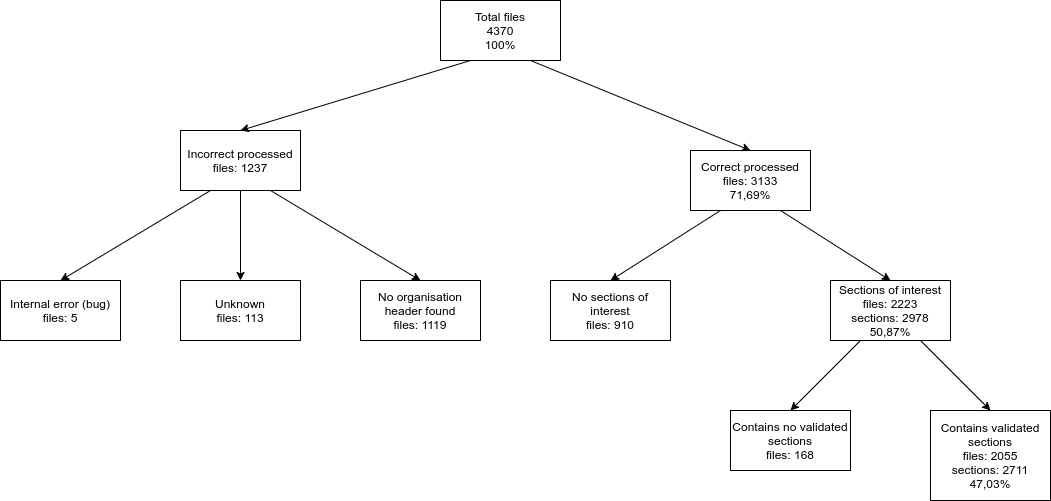
Above: scriptie/images/drawio/lncs_front_matter_result.png in XibrenX/MasterThesis (draw.io), before the change. Source tidied: cells renumbered, new cells last; positions are measured from the earlier drawing's top-left corner, leaving out a move shared by most shapes. Its diagram source:
```xml
<mxGraphModel>
  <root>
    <mxCell id="0" />
    <mxCell id="1" parent="0" />
    <mxCell id="2" value="Total files&lt;br&gt;4370&lt;br&gt;100%" style="rounded=0;whiteSpace=wrap;html=1;" parent="1" vertex="1">
      <mxGeometry x="440" width="120" height="60" as="geometry" />
    </mxCell>
    <mxCell id="3" value="Incorrect processed&lt;br&gt;files: 1237" style="rounded=0;whiteSpace=wrap;html=1;" parent="1" vertex="1">
      <mxGeometry x="180" y="130" width="120" height="60" as="geometry" />
    </mxCell>
    <mxCell id="4" value="Correct processed&lt;br&gt;files: 3133&lt;br&gt;71,69%" style="rounded=0;whiteSpace=wrap;html=1;" parent="1" vertex="1">
      <mxGeometry x="690" y="150" width="120" height="60" as="geometry" />
    </mxCell>
    <mxCell id="5" style="endArrow=classic;html=1;exitX=0.25;exitY=1;exitDx=0;exitDy=0;entryX=0.5;entryY=0;entryDx=0;entryDy=0;" parent="1" edge="1" source="2" target="3">
      <mxGeometry relative="1" as="geometry" />
    </mxCell>
    <mxCell id="6" style="endArrow=classic;html=1;entryX=0.5;entryY=0;entryDx=0;entryDy=0;exitX=0.75;exitY=1;exitDx=0;exitDy=0;" parent="1" edge="1" source="2" target="4">
      <mxGeometry relative="1" as="geometry" />
    </mxCell>
    <mxCell id="7" value="Internal error (bug)&lt;br&gt;files: 5" style="rounded=0;whiteSpace=wrap;html=1;" parent="1" vertex="1">
      <mxGeometry y="280" width="120" height="60" as="geometry" />
    </mxCell>
    <mxCell id="8" value="Unknown&lt;br&gt;files: 113" style="rounded=0;whiteSpace=wrap;html=1;" parent="1" vertex="1">
      <mxGeometry x="180" y="280" width="120" height="60" as="geometry" />
    </mxCell>
    <mxCell id="9" value="No organisation header found&lt;br&gt;files: 1119" style="rounded=0;whiteSpace=wrap;html=1;" parent="1" vertex="1">
      <mxGeometry x="360" y="280" width="120" height="60" as="geometry" />
    </mxCell>
    <mxCell id="10" style="endArrow=classic;html=1;exitX=0.25;exitY=1;exitDx=0;exitDy=0;entryX=0.5;entryY=0;entryDx=0;entryDy=0;" parent="1" edge="1" source="3" target="7">
      <mxGeometry relative="1" as="geometry" />
    </mxCell>
    <mxCell id="11" style="endArrow=classic;html=1;exitX=0.5;exitY=1;exitDx=0;exitDy=0;entryX=0.5;entryY=0;entryDx=0;entryDy=0;" parent="1" edge="1" source="3" target="8">
      <mxGeometry relative="1" as="geometry" />
    </mxCell>
    <mxCell id="12" style="endArrow=classic;html=1;exitX=0.75;exitY=1;exitDx=0;exitDy=0;entryX=0.5;entryY=0;entryDx=0;entryDy=0;" parent="1" edge="1" source="3" target="9">
      <mxGeometry relative="1" as="geometry" />
    </mxCell>
    <mxCell id="13" value="No sections of interest&lt;br&gt;files: 910" style="rounded=0;whiteSpace=wrap;html=1;" parent="1" vertex="1">
      <mxGeometry x="550" y="280" width="120" height="60" as="geometry" />
    </mxCell>
    <mxCell id="14" value="Sections of interest&lt;br&gt;files: 2223&lt;br&gt;sections: 2978&lt;br&gt;50,87%" style="rounded=0;whiteSpace=wrap;html=1;" parent="1" vertex="1">
      <mxGeometry x="830" y="280" width="120" height="60" as="geometry" />
    </mxCell>
    <mxCell id="15" style="endArrow=classic;html=1;exitX=0.25;exitY=1;exitDx=0;exitDy=0;entryX=0.5;entryY=0;entryDx=0;entryDy=0;" parent="1" edge="1" source="4" target="13">
      <mxGeometry relative="1" as="geometry" />
    </mxCell>
    <mxCell id="16" style="endArrow=classic;html=1;entryX=0.5;entryY=0;entryDx=0;entryDy=0;exitX=0.75;exitY=1;exitDx=0;exitDy=0;" parent="1" edge="1" source="4" target="14">
      <mxGeometry relative="1" as="geometry" />
    </mxCell>
    <mxCell id="17" value="Contains validated sections&lt;br&gt;files: 2055&lt;br&gt;sections: 2711&lt;br&gt;47,03%" style="rounded=0;whiteSpace=wrap;html=1;" parent="1" vertex="1">
      <mxGeometry x="930" y="410" width="120" height="90" as="geometry" />
    </mxCell>
    <mxCell id="18" value="Contains no validated sections&lt;br&gt;files: 168" style="rounded=0;whiteSpace=wrap;html=1;" parent="1" vertex="1">
      <mxGeometry x="730" y="410" width="120" height="60" as="geometry" />
    </mxCell>
    <mxCell id="19" style="endArrow=classic;html=1;exitX=0.75;exitY=1;exitDx=0;exitDy=0;entryX=0.5;entryY=0;entryDx=0;entryDy=0;" parent="1" edge="1" source="14" target="17">
      <mxGeometry relative="1" as="geometry" />
    </mxCell>
    <mxCell id="20" style="endArrow=classic;html=1;exitX=0.25;exitY=1;exitDx=0;exitDy=0;entryX=0.5;entryY=0;entryDx=0;entryDy=0;" parent="1" edge="1" source="14" target="18">
      <mxGeometry relative="1" as="geometry" />
    </mxCell>
  </root>
</mxGraphModel>
```
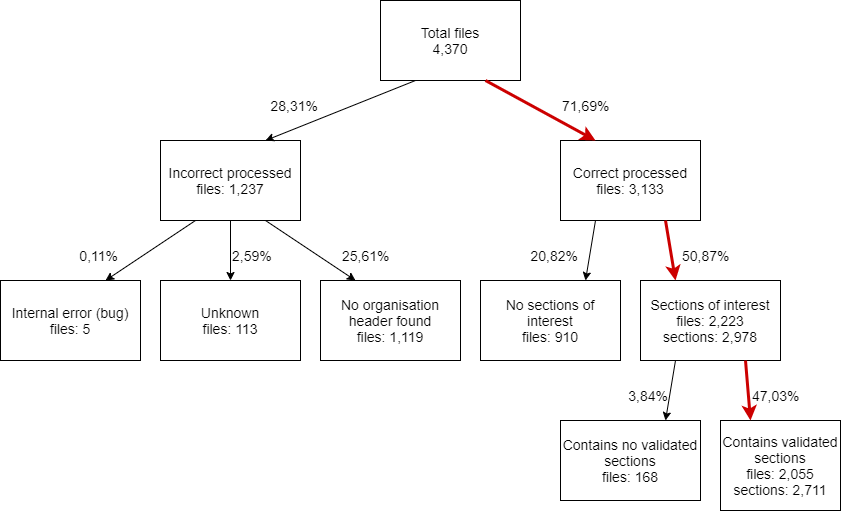
Later version of the same file.

Commit message:
fix image front matter result

What changed in the source:
```diff
@@ -2,62 +2,89 @@
   <root>
     <mxCell id="0" />
     <mxCell id="1" parent="0" />
-    <mxCell id="2" value="Total files&lt;br&gt;4370&lt;br&gt;100%" style="rounded=0;whiteSpace=wrap;html=1;" parent="1" vertex="1">
-      <mxGeometry x="440" width="120" height="60" as="geometry" />
+    <mxCell id="2" value="Total files&lt;br style=&quot;font-size: 14px;&quot;&gt;4,370" style="rounded=0;whiteSpace=wrap;html=1;fontSize=14;" parent="1" vertex="1">
+      <mxGeometry x="410" y="-10" width="140" height="80" as="geometry" />
     </mxCell>
-    <mxCell id="3" value="Incorrect processed&lt;br&gt;files: 1237" style="rounded=0;whiteSpace=wrap;html=1;" parent="1" vertex="1">
-      <mxGeometry x="180" y="130" width="120" height="60" as="geometry" />
+    <mxCell id="3" value="Incorrect processed&lt;br style=&quot;font-size: 14px;&quot;&gt;files: 1,237" style="rounded=0;whiteSpace=wrap;html=1;fontSize=14;" parent="1" vertex="1">
+      <mxGeometry x="190" y="130" width="140" height="80" as="geometry" />
     </mxCell>
-    <mxCell id="4" value="Correct processed&lt;br&gt;files: 3133&lt;br&gt;71,69%" style="rounded=0;whiteSpace=wrap;html=1;" parent="1" vertex="1">
-      <mxGeometry x="690" y="150" width="120" height="60" as="geometry" />
+    <mxCell id="4" value="Correct processed&lt;br style=&quot;font-size: 14px;&quot;&gt;files: 3,133" style="rounded=0;whiteSpace=wrap;html=1;fontSize=14;" parent="1" vertex="1">
+      <mxGeometry x="590" y="130" width="140" height="80" as="geometry" />
     </mxCell>
-    <mxCell id="5" style="endArrow=classic;html=1;exitX=0.25;exitY=1;exitDx=0;exitDy=0;entryX=0.5;entryY=0;entryDx=0;entryDy=0;" parent="1" edge="1" source="2" target="3">
+    <mxCell id="5" style="endArrow=classic;html=1;exitX=0.25;exitY=1;exitDx=0;exitDy=0;entryX=0.75;entryY=0;entryDx=0;entryDy=0;fontSize=14;" parent="1" edge="1" source="2" target="3">
       <mxGeometry relative="1" as="geometry" />
     </mxCell>
-    <mxCell id="6" style="endArrow=classic;html=1;entryX=0.5;entryY=0;entryDx=0;entryDy=0;exitX=0.75;exitY=1;exitDx=0;exitDy=0;" parent="1" edge="1" source="2" target="4">
+    <mxCell id="6" style="endArrow=classic;html=1;entryX=0.25;entryY=0;entryDx=0;entryDy=0;exitX=0.75;exitY=1;exitDx=0;exitDy=0;strokeWidth=3;strokeColor=#CC0000;fontSize=14;" parent="1" edge="1" source="2" target="4">
       <mxGeometry relative="1" as="geometry" />
     </mxCell>
-    <mxCell id="7" value="Internal error (bug)&lt;br&gt;files: 5" style="rounded=0;whiteSpace=wrap;html=1;" parent="1" vertex="1">
-      <mxGeometry y="280" width="120" height="60" as="geometry" />
+    <mxCell id="7" value="Internal error (bug)&lt;br style=&quot;font-size: 14px;&quot;&gt;files: 5" style="rounded=0;whiteSpace=wrap;html=1;fontSize=14;" parent="1" vertex="1">
+      <mxGeometry x="30" y="270" width="140" height="80" as="geometry" />
     </mxCell>
-    <mxCell id="8" value="Unknown&lt;br&gt;files: 113" style="rounded=0;whiteSpace=wrap;html=1;" parent="1" vertex="1">
-      <mxGeometry x="180" y="280" width="120" height="60" as="geometry" />
+    <mxCell id="8" value="Unknown&lt;br style=&quot;font-size: 14px;&quot;&gt;files: 113" style="rounded=0;whiteSpace=wrap;html=1;fontSize=14;" parent="1" vertex="1">
+      <mxGeometry x="190" y="270" width="140" height="80" as="geometry" />
     </mxCell>
-    <mxCell id="9" value="No organisation header found&lt;br&gt;files: 1119" style="rounded=0;whiteSpace=wrap;html=1;" parent="1" vertex="1">
-      <mxGeometry x="360" y="280" width="120" height="60" as="geometry" />
+    <mxCell id="9" value="No organisation header found&lt;br style=&quot;font-size: 14px;&quot;&gt;files: 1,119" style="rounded=0;whiteSpace=wrap;html=1;fontSize=14;" parent="1" vertex="1">
+      <mxGeometry x="350" y="270" width="140" height="80" as="geometry" />
     </mxCell>
-    <mxCell id="10" style="endArrow=classic;html=1;exitX=0.25;exitY=1;exitDx=0;exitDy=0;entryX=0.5;entryY=0;entryDx=0;entryDy=0;" parent="1" edge="1" source="3" target="7">
+    <mxCell id="10" style="endArrow=classic;html=1;exitX=0.25;exitY=1;exitDx=0;exitDy=0;entryX=0.75;entryY=0;entryDx=0;entryDy=0;fontSize=14;" parent="1" edge="1" source="3" target="7">
       <mxGeometry relative="1" as="geometry" />
     </mxCell>
-    <mxCell id="11" style="endArrow=classic;html=1;exitX=0.5;exitY=1;exitDx=0;exitDy=0;entryX=0.5;entryY=0;entryDx=0;entryDy=0;" parent="1" edge="1" source="3" target="8">
+    <mxCell id="11" style="endArrow=classic;html=1;exitX=0.5;exitY=1;exitDx=0;exitDy=0;entryX=0.5;entryY=0;entryDx=0;entryDy=0;fontSize=14;" parent="1" edge="1" source="3" target="8">
       <mxGeometry relative="1" as="geometry" />
     </mxCell>
-    <mxCell id="12" style="endArrow=classic;html=1;exitX=0.75;exitY=1;exitDx=0;exitDy=0;entryX=0.5;entryY=0;entryDx=0;entryDy=0;" parent="1" edge="1" source="3" target="9">
+    <mxCell id="12" style="endArrow=classic;html=1;exitX=0.75;exitY=1;exitDx=0;exitDy=0;entryX=0.25;entryY=0;entryDx=0;entryDy=0;fontSize=14;" parent="1" edge="1" source="3" target="9">
       <mxGeometry relative="1" as="geometry" />
     </mxCell>
-    <mxCell id="13" value="No sections of interest&lt;br&gt;files: 910" style="rounded=0;whiteSpace=wrap;html=1;" parent="1" vertex="1">
-      <mxGeometry x="550" y="280" width="120" height="60" as="geometry" />
+    <mxCell id="13" value="No sections of interest&lt;br style=&quot;font-size: 14px;&quot;&gt;files: 910" style="rounded=0;whiteSpace=wrap;html=1;fontSize=14;" parent="1" vertex="1">
+      <mxGeometry x="510" y="270" width="140" height="80" as="geometry" />
     </mxCell>
-    <mxCell id="14" value="Sections of interest&lt;br&gt;files: 2223&lt;br&gt;sections: 2978&lt;br&gt;50,87%" style="rounded=0;whiteSpace=wrap;html=1;" parent="1" vertex="1">
-      <mxGeometry x="830" y="280" width="120" height="60" as="geometry" />
+    <mxCell id="14" value="Sections of interest&lt;br style=&quot;font-size: 14px;&quot;&gt;files: 2,223&lt;br style=&quot;font-size: 14px;&quot;&gt;sections: 2,978" style="rounded=0;whiteSpace=wrap;html=1;fontSize=14;" parent="1" vertex="1">
+      <mxGeometry x="670" y="270" width="140" height="80" as="geometry" />
     </mxCell>
-    <mxCell id="15" style="endArrow=classic;html=1;exitX=0.25;exitY=1;exitDx=0;exitDy=0;entryX=0.5;entryY=0;entryDx=0;entryDy=0;" parent="1" edge="1" source="4" target="13">
+    <mxCell id="15" style="endArrow=classic;html=1;exitX=0.25;exitY=1;exitDx=0;exitDy=0;entryX=0.75;entryY=0;entryDx=0;entryDy=0;fontSize=14;" parent="1" edge="1" source="4" target="13">
       <mxGeometry relative="1" as="geometry" />
     </mxCell>
-    <mxCell id="16" style="endArrow=classic;html=1;entryX=0.5;entryY=0;entryDx=0;entryDy=0;exitX=0.75;exitY=1;exitDx=0;exitDy=0;" parent="1" edge="1" source="4" target="14">
+    <mxCell id="16" style="endArrow=classic;html=1;entryX=0.25;entryY=0;entryDx=0;entryDy=0;exitX=0.75;exitY=1;exitDx=0;exitDy=0;strokeWidth=3;strokeColor=#CC0000;fontSize=14;" parent="1" edge="1" source="4" target="14">
       <mxGeometry relative="1" as="geometry" />
     </mxCell>
-    <mxCell id="17" value="Contains validated sections&lt;br&gt;files: 2055&lt;br&gt;sections: 2711&lt;br&gt;47,03%" style="rounded=0;whiteSpace=wrap;html=1;" parent="1" vertex="1">
-      <mxGeometry x="930" y="410" width="120" height="90" as="geometry" />
+    <mxCell id="17" value="Contains validated sections&lt;br style=&quot;font-size: 14px;&quot;&gt;files: 2,055&lt;br style=&quot;font-size: 14px;&quot;&gt;sections: 2,711" style="rounded=0;whiteSpace=wrap;html=1;fontSize=14;" parent="1" vertex="1">
+      <mxGeometry x="750" y="410" width="120" height="90" as="geometry" />
     </mxCell>
-    <mxCell id="18" value="Contains no validated sections&lt;br&gt;files: 168" style="rounded=0;whiteSpace=wrap;html=1;" parent="1" vertex="1">
-      <mxGeometry x="730" y="410" width="120" height="60" as="geometry" />
+    <mxCell id="18" value="Contains no validated sections&lt;br style=&quot;font-size: 14px;&quot;&gt;files: 168" style="rounded=0;whiteSpace=wrap;html=1;fontSize=14;" parent="1" vertex="1">
+      <mxGeometry x="590" y="410" width="140" height="80" as="geometry" />
     </mxCell>
-    <mxCell id="19" style="endArrow=classic;html=1;exitX=0.75;exitY=1;exitDx=0;exitDy=0;entryX=0.5;entryY=0;entryDx=0;entryDy=0;" parent="1" edge="1" source="14" target="17">
+    <mxCell id="19" style="endArrow=classic;html=1;exitX=0.75;exitY=1;exitDx=0;exitDy=0;entryX=0.25;entryY=0;entryDx=0;entryDy=0;strokeWidth=3;strokeColor=#CC0000;fontSize=14;" parent="1" edge="1" source="14" target="17">
       <mxGeometry relative="1" as="geometry" />
     </mxCell>
-    <mxCell id="20" style="endArrow=classic;html=1;exitX=0.25;exitY=1;exitDx=0;exitDy=0;entryX=0.5;entryY=0;entryDx=0;entryDy=0;" parent="1" edge="1" source="14" target="18">
+    <mxCell id="20" style="endArrow=classic;html=1;exitX=0.25;exitY=1;exitDx=0;exitDy=0;entryX=0.75;entryY=0;entryDx=0;entryDy=0;fontSize=14;" parent="1" edge="1" source="14" target="18">
       <mxGeometry relative="1" as="geometry" />
     </mxCell>
+    <mxCell id="21" value="71,69%" style="text;html=1;strokeColor=none;fillColor=none;align=left;verticalAlign=middle;whiteSpace=wrap;rounded=0;fontSize=14;" parent="1" vertex="1">
+      <mxGeometry x="590" y="80" width="60" height="30" as="geometry" />
+    </mxCell>
+    <mxCell id="22" value="50,87%" style="text;html=1;strokeColor=none;fillColor=none;align=left;verticalAlign=middle;whiteSpace=wrap;rounded=0;fontSize=14;" parent="1" vertex="1">
+      <mxGeometry x="710" y="230" width="60" height="30" as="geometry" />
+    </mxCell>
+    <mxCell id="23" value="47,03%" style="text;html=1;strokeColor=none;fillColor=none;align=left;verticalAlign=middle;whiteSpace=wrap;rounded=0;fontSize=14;" parent="1" vertex="1">
+      <mxGeometry x="780" y="370" width="60" height="30" as="geometry" />
+    </mxCell>
+    <mxCell id="24" value="28,31%" style="text;html=1;strokeColor=none;fillColor=none;align=right;verticalAlign=middle;whiteSpace=wrap;rounded=0;fontSize=14;" parent="1" vertex="1">
+      <mxGeometry x="290" y="80" width="60" height="30" as="geometry" />
+    </mxCell>
+    <mxCell id="25" value="2,59%" style="text;html=1;strokeColor=none;fillColor=none;align=left;verticalAlign=middle;whiteSpace=wrap;rounded=0;fontSize=14;" parent="1" vertex="1">
+      <mxGeometry x="260" y="230" width="60" height="30" as="geometry" />
+    </mxCell>
+    <mxCell id="26" value="25,61%" style="text;html=1;strokeColor=none;fillColor=none;align=left;verticalAlign=middle;whiteSpace=wrap;rounded=0;fontSize=14;" parent="1" vertex="1">
+      <mxGeometry x="370" y="230" width="60" height="30" as="geometry" />
+    </mxCell>
+    <mxCell id="27" value="0,11%" style="text;html=1;strokeColor=none;fillColor=none;align=right;verticalAlign=middle;whiteSpace=wrap;rounded=0;fontSize=14;" parent="1" vertex="1">
+      <mxGeometry x="90" y="230" width="60" height="30" as="geometry" />
+    </mxCell>
+    <mxCell id="28" value="3,84%" style="text;html=1;strokeColor=none;fillColor=none;align=right;verticalAlign=middle;whiteSpace=wrap;rounded=0;fontSize=14;" parent="1" vertex="1">
+      <mxGeometry x="640" y="370" width="60" height="30" as="geometry" />
+    </mxCell>
+    <mxCell id="29" value="20,82%" style="text;html=1;strokeColor=none;fillColor=none;align=right;verticalAlign=middle;whiteSpace=wrap;rounded=0;fontSize=14;" parent="1" vertex="1">
+      <mxGeometry x="550" y="230" width="60" height="30" as="geometry" />
+    </mxCell>
   </root>
 </mxGraphModel>
```
